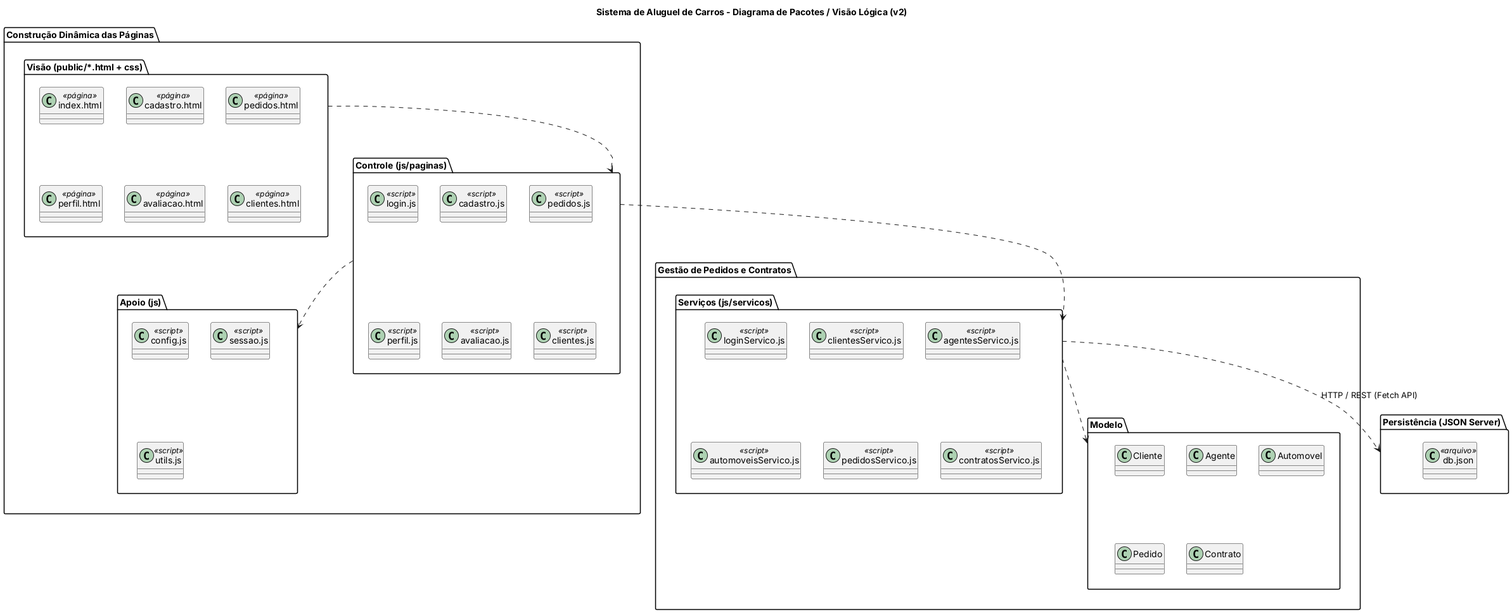
Earlier version of the PlantUML export docs/diagramas/v2/pacotes.png (davicampolina/DIW-LAB2). Source of this version:
```plantuml
@startuml pacotes
title Sistema de Aluguel de Carros - Diagrama de Pacotes / Visão Lógica (v2)
skinparam packageStyle folder
set separator none

package "Construção Dinâmica das Páginas" {
  package "Visão (public/*.html + css)" as Visao {
    class "index.html" << página >>
    class "cadastro.html" << página >>
    class "pedidos.html" << página >>
    class "perfil.html" << página >>
    class "avaliacao.html" << página >>
    class "clientes.html" << página >>
  }
  package "Controle (js/paginas)" as Controle {
    class "login.js" << script >>
    class "cadastro.js" << script >>
    class "pedidos.js" << script >>
    class "perfil.js" << script >>
    class "avaliacao.js" << script >>
    class "clientes.js" << script >>
  }
  package "Apoio (js)" as Apoio {
    class "config.js" << script >>
    class "sessao.js" << script >>
    class "utils.js" << script >>
  }
}

package "Gestão de Pedidos e Contratos" {
  package "Serviços (js/servicos)" as Servicos {
    class "loginServico.js" << script >>
    class "clientesServico.js" << script >>
    class "agentesServico.js" << script >>
    class "automoveisServico.js" << script >>
    class "pedidosServico.js" << script >>
    class "contratosServico.js" << script >>
  }
  package "Modelo" as Modelo {
    class Cliente
    class Agente
    class Automovel
    class Pedido
    class Contrato
  }
}

package "Persistência (JSON Server)" as Persistencia {
  class "db.json" << arquivo >>
}

Visao ..> Controle
Controle ..> Apoio
Controle ..> Servicos
Servicos ..> Modelo
Servicos ..> Persistencia : HTTP / REST (Fetch API)
@enduml
```
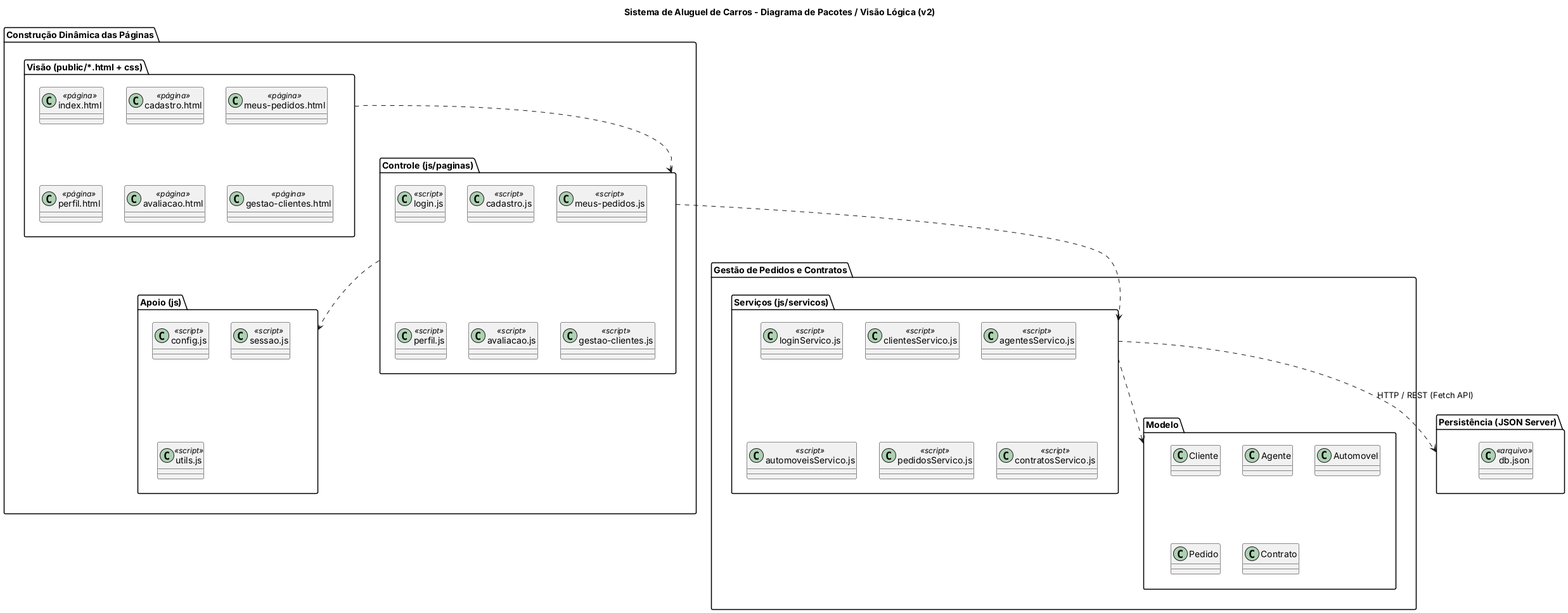
The same file after the commit.

Commit message:
Atualiza diagramas v2 com os novos nomes das paginas

Diff of the diagram source:
```diff
@@ -7,18 +7,18 @@
   package "Visão (public/*.html + css)" as Visao {
     class "index.html" << página >>
     class "cadastro.html" << página >>
-    class "pedidos.html" << página >>
+    class "meus-pedidos.html" << página >>
     class "perfil.html" << página >>
     class "avaliacao.html" << página >>
-    class "clientes.html" << página >>
+    class "gestao-clientes.html" << página >>
   }
   package "Controle (js/paginas)" as Controle {
     class "login.js" << script >>
     class "cadastro.js" << script >>
-    class "pedidos.js" << script >>
+    class "meus-pedidos.js" << script >>
     class "perfil.js" << script >>
     class "avaliacao.js" << script >>
-    class "clientes.js" << script >>
+    class "gestao-clientes.js" << script >>
   }
   package "Apoio (js)" as Apoio {
     class "config.js" << script >>
```
